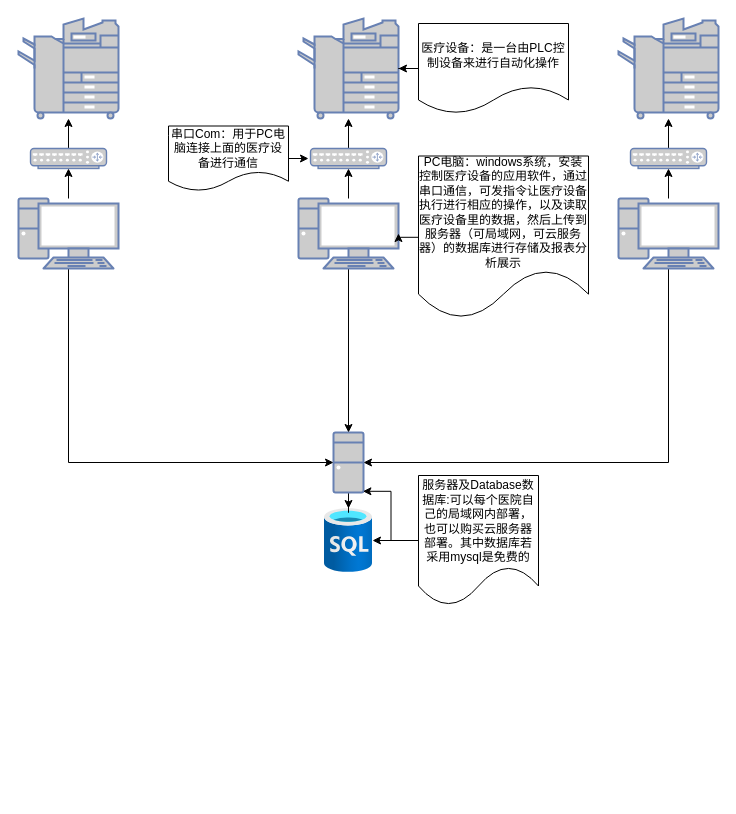
Before: project/医疗器械系统.drawio in yangtech555/diagrams, a draw.io diagram. Source tidied: cells renumbered, new cells numbered last; positions are measured from the earlier drawing's top-left corner, leaving out a move shared by most shapes. Both pictures are drawn from the tidied source at 100%, with x=0, y=0 at pixel (18, 18).
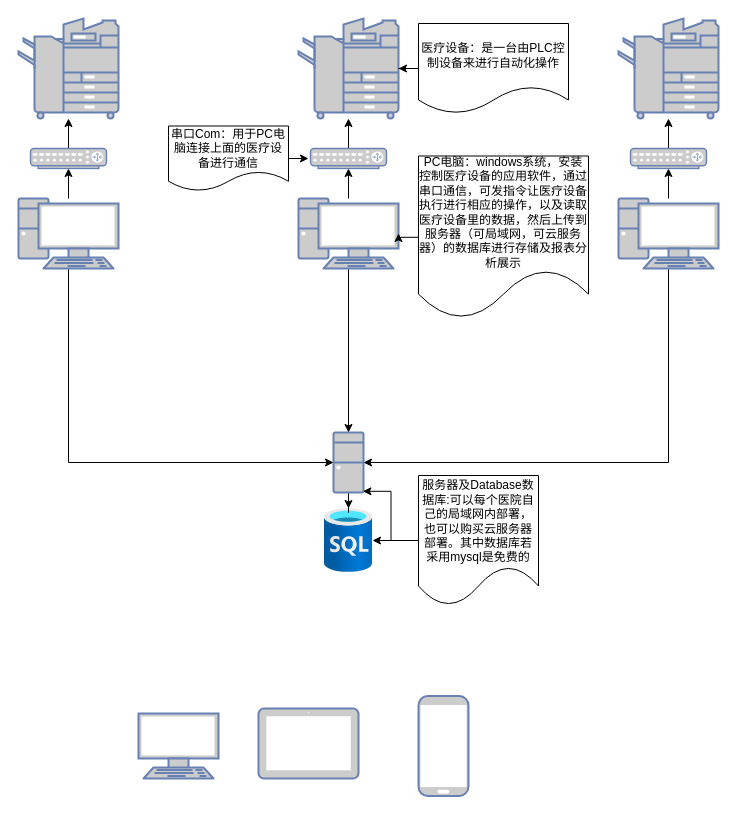
After the change.

Commit message:
更新医疗器械系统.drawio

Change to the diagram source:
```diff
@@
+    <mxCell id="32" style="fontColor=#0066CC;verticalAlign=top;verticalLabelPosition=bottom;labelPosition=center;align=center;html=1;fillColor=#CCCCCC;strokeColor=#6881B3;gradientColor=none;gradientDirection=north;strokeWidth=2;shape=mxgraph.networks.terminal;" parent="1" vertex="1">
+      <mxGeometry x="120" y="695" width="80" height="65" as="geometry" />
+    </mxCell>
+    <mxCell id="33" style="fontColor=#0066CC;verticalAlign=top;verticalLabelPosition=bottom;labelPosition=center;align=center;html=1;fillColor=#CCCCCC;strokeColor=#6881B3;gradientColor=none;gradientDirection=north;strokeWidth=2;shape=mxgraph.networks.tablet;" parent="1" vertex="1">
+      <mxGeometry x="240" y="690" width="100" height="70" as="geometry" />
+    </mxCell>
+    <mxCell id="34" style="fontColor=#0066CC;verticalAlign=top;verticalLabelPosition=bottom;labelPosition=center;align=center;html=1;fillColor=#CCCCCC;strokeColor=#6881B3;gradientColor=none;gradientDirection=north;strokeWidth=2;shape=mxgraph.networks.mobile;" parent="1" vertex="1">
+      <mxGeometry x="400" y="677.5" width="50" height="100" as="geometry" />
+    </mxCell>
```
